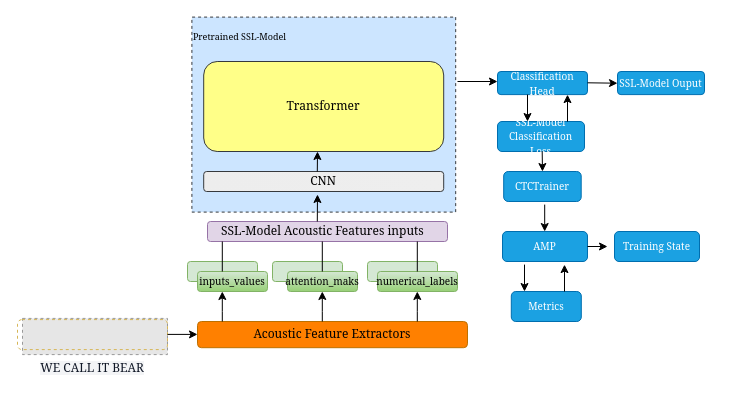
Above: Diagramme sans nom.drawio in papasega/Applied-Deep-Learning (draw.io), before the change. Source tidied: cells renumbered, new cells numbered last; positions are measured from the earlier drawing's top-left corner, leaving out a move shared by most shapes. Both pictures are drawn from the tidied source at 100%, with x=0, y=0 at pixel (17, -18). Pictures stored in the file or linked from it are replaced by grey dashed boxes.
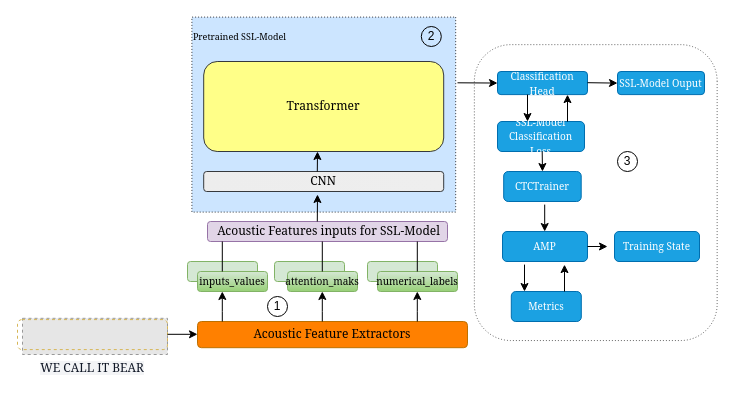
Above is the later version.

Commit message:
Mettre à jour Diagramme sans nom.drawio

The change refers to these unchanged cells:
```xml
<mxCell id="27" value="&lt;font face=&quot;Georgia&quot; style=&quot;font-size: 10px;&quot;&gt;Classification Head&lt;/font&gt;" style="rounded=1;whiteSpace=wrap;html=1;fillColor=#1ba1e2;fontColor=#ffffff;strokeColor=#006EAF;" parent="1" vertex="1">
  <mxGeometry x="480" y="89" width="90" height="23.1" as="geometry" />
</mxCell>
```

Diff of the diagram source:
```diff
@@
     <mxCell id="3" style="fillColor=#E6E6E6;strokeColor=#999999;dashed=1;verticalLabelPosition=bottom;labelBackgroundColor=default;verticalAlign=top;" parent="1" vertex="1">
-      <mxGeometry x="5" y="335.9" width="145" height="36.2" as="geometry" />
+      <mxGeometry x="5" y="335.8" width="145" height="36.2" as="geometry" />
     </mxCell>
@@
     <mxCell id="5" style="endArrow=classic;html=1;rounded=0;" parent="1" edge="1">
       <mxGeometry relative="1" as="geometry">
-        <mxPoint x="150" y="351.9" as="sourcePoint" />
-        <mxPoint x="180" y="351.9" as="targetPoint" />
+        <mxPoint x="150" y="351.8" as="sourcePoint" />
+        <mxPoint x="180" y="351.8" as="targetPoint" />
       </mxGeometry>
     </mxCell>
@@
     <mxCell id="9" style="rounded=1;whiteSpace=wrap;html=1;fillColor=#d5e8d4;strokeColor=#82b366;fillStyle=auto;" parent="1" vertex="1">
-      <mxGeometry x="255" y="279" width="70" height="20" as="geometry" />
+      <mxGeometry x="257" y="279" width="70" height="20" as="geometry" />
     </mxCell>
@@
-    <mxCell id="13" value="&lt;font face=&quot;Georgia&quot;&gt;SSL-Model Acoustic Features inputs&amp;nbsp; &amp;nbsp;&lt;/font&gt;" style="rounded=1;whiteSpace=wrap;html=1;fillColor=#e1d5e7;strokeColor=#9673a6;" parent="1" vertex="1">
+    <mxCell id="13" value="&lt;font face=&quot;Georgia&quot;&gt;&amp;nbsp;Acoustic Features inputs for&amp;nbsp;&lt;/font&gt;&lt;span style=&quot;font-family: Georgia;&quot;&gt;SSL-Model&lt;/span&gt;" style="rounded=1;whiteSpace=wrap;html=1;fillColor=#e1d5e7;strokeColor=#9673a6;" parent="1" vertex="1">
       <mxGeometry x="190" y="239" width="240" height="20" as="geometry" />
     </mxCell>
@@
-    <mxCell id="20" style="rounded=0;whiteSpace=wrap;html=1;rotation=90;fillColor=#cce5ff;dashed=1;strokeColor=#36393d;" parent="1" vertex="1">
+    <mxCell id="20" style="rounded=0;whiteSpace=wrap;html=1;rotation=90;fillColor=#cce5ff;dashed=1;strokeColor=#36393d;dashPattern=1 2;" parent="1" vertex="1">
       <mxGeometry x="208.8" y="0.2" width="195" height="263.8" as="geometry" />
     </mxCell>
@@
-    <mxCell id="26" style="endArrow=classic;html=1;rounded=0;" parent="1" edge="1">
-      <mxGeometry relative="1" as="geometry">
-        <mxPoint x="440" y="99" as="sourcePoint" />
-        <mxPoint x="480" y="99" as="targetPoint" />
-      </mxGeometry>
-    </mxCell>
@@
     <mxCell id="28" style="endArrow=classic;html=1;rounded=0;" parent="1" edge="1">
       <mxGeometry relative="1" as="geometry">
-        <mxPoint x="570" y="100.3" as="sourcePoint" />
-        <mxPoint x="600" y="100.7" as="targetPoint" />
+        <mxPoint x="570" y="100.2" as="sourcePoint" />
+        <mxPoint x="600" y="100.6" as="targetPoint" />
       </mxGeometry>
     </mxCell>
@@
+    <mxCell id="42" value="1" style="text;html=1;align=center;verticalAlign=middle;whiteSpace=wrap;rounded=0;" parent="1" vertex="1">
+      <mxGeometry x="230" y="309" width="60" height="30" as="geometry" />
+    </mxCell>
+    <mxCell id="43" style="ellipse;whiteSpace=wrap;html=1;fillColor=none;" parent="1" vertex="1">
+      <mxGeometry x="250" y="314" width="20" height="20" as="geometry" />
+    </mxCell>
+    <mxCell id="44" value="2" style="ellipse;whiteSpace=wrap;html=1;fillColor=none;" parent="1" vertex="1">
+      <mxGeometry x="403.8" y="44" width="20" height="20" as="geometry" />
+    </mxCell>
+    <mxCell id="45" style="rounded=1;whiteSpace=wrap;html=1;rotation=90;fillColor=none;dashed=1;strokeWidth=1;opacity=60;dashPattern=1 2;" parent="1" vertex="1">
+      <mxGeometry x="430.3" y="88.7" width="295.9" height="242.8" as="geometry" />
+    </mxCell>
+    <mxCell id="46" value="3" style="ellipse;whiteSpace=wrap;html=1;fillColor=none;" parent="1" vertex="1">
+      <mxGeometry x="600" y="169" width="20" height="20" as="geometry" />
+    </mxCell>
+    <mxCell id="47" style="endArrow=classic;html=1;rounded=0;entryX=0;entryY=0.5;entryDx=0;entryDy=0;" parent="1" edge="1" target="27">
+      <mxGeometry relative="1" as="geometry">
+        <mxPoint x="440" y="100.3" as="sourcePoint" />
+      </mxGeometry>
+    </mxCell>
```
